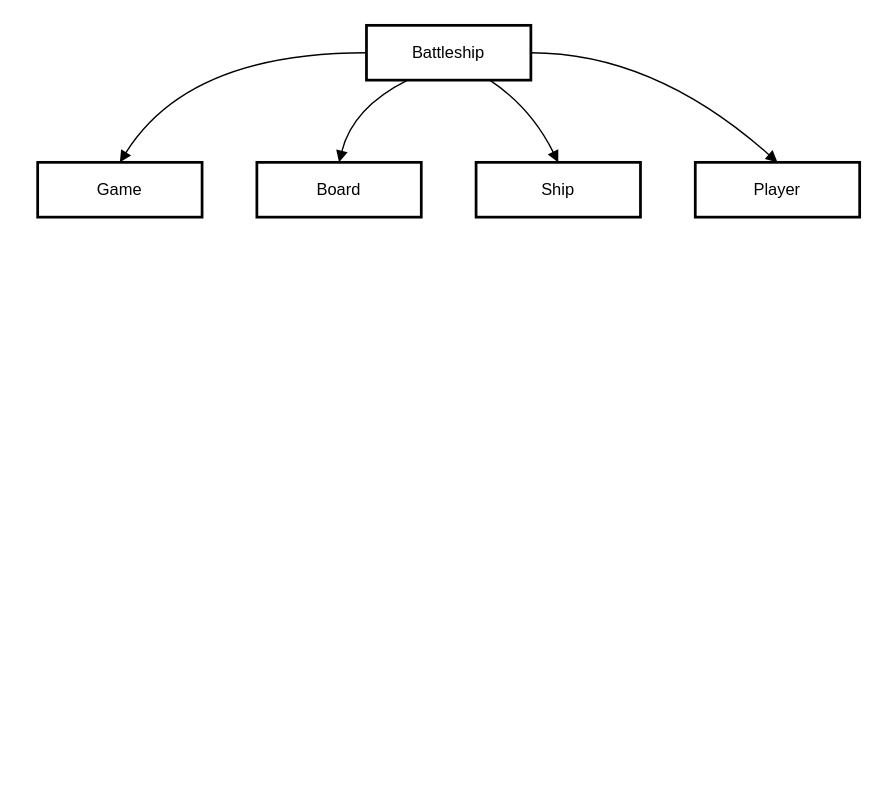
Before: Structure Chart.drawio in JamesA-dev/Battleship-Game, a draw.io diagram. Source tidied: cells renumbered, new cells numbered last; positions are measured from the earlier drawing's top-left corner, leaving out a move shared by most shapes. Both pictures are drawn from the tidied source at 137%, with x=0, y=0 at pixel (37, 25).
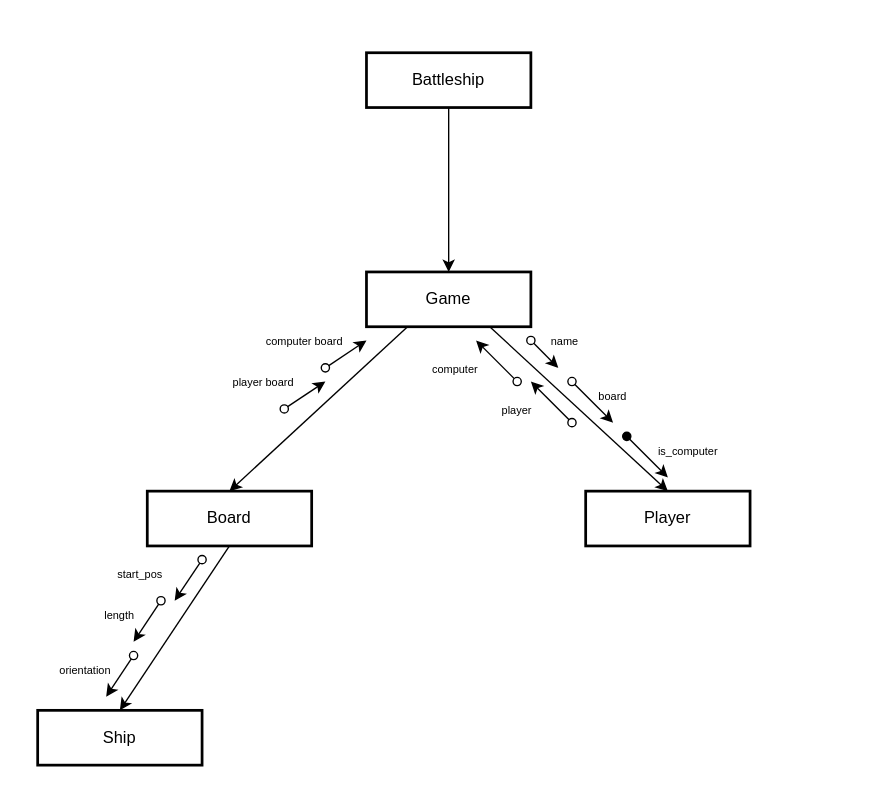
The same page after the edit.

The edit, as a diff of the source:
```diff
@@
     <mxCell id="2" value="Battleship" style="whiteSpace=wrap;strokeWidth=2;" parent="1" vertex="1">
-      <mxGeometry x="240" width="120" height="40" as="geometry" />
+      <mxGeometry x="240" y="20" width="120" height="40" as="geometry" />
     </mxCell>
-    <mxCell id="3" style="curved=1;startArrow=none;endArrow=block;entryX=0.5;entryY=0;exitX=0.75;exitY=1;exitDx=0;exitDy=0;entryDx=0;entryDy=0;" parent="1" edge="1" source="2" target="5">
-      <mxGeometry relative="1" as="geometry">
-        <Array as="points">
-          <mxPoint x="360" y="60" />
-        </Array>
-      </mxGeometry>
-    </mxCell>
     <mxCell id="4" value="Board" style="whiteSpace=wrap;strokeWidth=2;" parent="1" vertex="1">
-      <mxGeometry x="160" y="100" width="120" height="40" as="geometry" />
+      <mxGeometry x="80" y="340" width="120" height="40" as="geometry" />
     </mxCell>
     <mxCell id="5" value="Ship" style="whiteSpace=wrap;strokeWidth=2;" parent="1" vertex="1">
-      <mxGeometry x="320" y="100" width="120" height="40" as="geometry" />
+      <mxGeometry y="500" width="120" height="40" as="geometry" />
     </mxCell>
     <mxCell id="6" value="Player" style="whiteSpace=wrap;strokeWidth=2;" parent="1" vertex="1">
-      <mxGeometry x="480" y="100" width="120" height="40" as="geometry" />
+      <mxGeometry x="400" y="340" width="120" height="40" as="geometry" />
     </mxCell>
     <mxCell id="7" value="Game" style="whiteSpace=wrap;strokeWidth=2;" parent="1" vertex="1">
-      <mxGeometry y="100" width="120" height="40" as="geometry" />
+      <mxGeometry x="240" y="180" width="120" height="40" as="geometry" />
     </mxCell>
-    <mxCell id="8" style="curved=1;startArrow=none;endArrow=block;exitX=1;exitY=0.5;exitDx=0;exitDy=0;entryX=0.5;entryY=0;entryDx=0;entryDy=0;" parent="1" edge="1" source="2" target="6">
-      <mxGeometry relative="1" as="geometry">
-        <Array as="points">
-          <mxPoint x="450" y="20" />
-        </Array>
-      </mxGeometry>
-    </mxCell>
-    <mxCell id="9" style="curved=1;startArrow=none;endArrow=block;exitX=0.25;exitY=1;exitDx=0;exitDy=0;entryX=0.5;entryY=0;entryDx=0;entryDy=0;" parent="1" edge="1" source="2" target="4">
-      <mxGeometry relative="1" as="geometry">
-        <Array as="points">
-          <mxPoint x="230" y="60" />
-        </Array>
-      </mxGeometry>
-    </mxCell>
-    <mxCell id="10" style="curved=1;startArrow=none;endArrow=block;exitX=0;exitY=0.5;exitDx=0;exitDy=0;entryX=0.5;entryY=0;entryDx=0;entryDy=0;" parent="1" edge="1" source="2" target="7">
-      <mxGeometry relative="1" as="geometry">
-        <Array as="points">
-          <mxPoint x="110" y="20" />
-        </Array>
-      </mxGeometry>
+    <mxCell id="10" style="endArrow=classic;html=1;rounded=0;entryX=0.5;entryY=0;entryDx=0;entryDy=0;exitX=0.5;exitY=1;exitDx=0;exitDy=0;" parent="1" edge="1" source="2" target="7">
+      <mxGeometry relative="1" as="geometry" />
     </mxCell>
+    <mxCell id="11" style="endArrow=classic;html=1;rounded=0;entryX=0.5;entryY=0;entryDx=0;entryDy=0;exitX=0.75;exitY=1;exitDx=0;exitDy=0;" parent="1" edge="1" source="7" target="6">
+      <mxGeometry relative="1" as="geometry" />
+    </mxCell>
+    <mxCell id="12" style="endArrow=classic;html=1;rounded=0;entryX=0.5;entryY=0;entryDx=0;entryDy=0;exitX=0.25;exitY=1;exitDx=0;exitDy=0;" parent="1" edge="1" source="7" target="4">
+      <mxGeometry relative="1" as="geometry" />
+    </mxCell>
+    <mxCell id="13" style="endArrow=classic;html=1;rounded=0;entryX=0.5;entryY=0;entryDx=0;entryDy=0;exitX=0.5;exitY=1;exitDx=0;exitDy=0;" parent="1" edge="1" source="4" target="5">
+      <mxGeometry relative="1" as="geometry" />
+    </mxCell>
+    <mxCell id="14" style="endArrow=classic;html=1;rounded=0;endFill=1;startArrow=oval;startFill=0;curved=0;" parent="1" edge="1">
+      <mxGeometry relative="1" as="geometry">
+        <mxPoint x="210" y="250" as="sourcePoint" />
+        <mxPoint x="240" y="230" as="targetPoint" />
+      </mxGeometry>
+    </mxCell>
+    <mxCell id="15" style="endArrow=classic;html=1;rounded=0;endFill=1;startArrow=oval;startFill=0;curved=0;" parent="1" edge="1">
+      <mxGeometry relative="1" as="geometry">
+        <mxPoint x="180" y="280" as="sourcePoint" />
+        <mxPoint x="210" y="260" as="targetPoint" />
+      </mxGeometry>
+    </mxCell>
+    <mxCell id="16" value="&lt;font style=&quot;font-size: 8px;&quot;&gt;computer board&lt;/font&gt;" style="text;html=1;align=center;verticalAlign=middle;whiteSpace=wrap;rounded=0;rotation=0;" parent="1" vertex="1">
+      <mxGeometry x="150" y="220" width="90" height="20" as="geometry" />
+    </mxCell>
+    <mxCell id="17" value="&lt;font style=&quot;font-size: 8px;&quot;&gt;player board&lt;/font&gt;" style="text;html=1;align=center;verticalAlign=middle;whiteSpace=wrap;rounded=0;rotation=0;" parent="1" vertex="1">
+      <mxGeometry x="120" y="250" width="90" height="20" as="geometry" />
+    </mxCell>
+    <mxCell id="18" style="endArrow=classic;html=1;rounded=0;endFill=1;startArrow=oval;startFill=0;curved=0;" parent="1" edge="1">
+      <mxGeometry relative="1" as="geometry">
+        <mxPoint x="350" y="260" as="sourcePoint" />
+        <mxPoint x="320" y="230" as="targetPoint" />
+      </mxGeometry>
+    </mxCell>
+    <mxCell id="19" value="&lt;font style=&quot;font-size: 8px;&quot;&gt;computer&lt;/font&gt;" style="text;html=1;align=center;verticalAlign=middle;whiteSpace=wrap;rounded=0;rotation=0;" parent="1" vertex="1">
+      <mxGeometry x="260" y="240" width="90" height="20" as="geometry" />
+    </mxCell>
+    <mxCell id="20" style="endArrow=classic;html=1;rounded=0;endFill=1;startArrow=oval;startFill=0;curved=0;" parent="1" edge="1">
+      <mxGeometry relative="1" as="geometry">
+        <mxPoint x="390" y="290" as="sourcePoint" />
+        <mxPoint x="360" y="260" as="targetPoint" />
+      </mxGeometry>
+    </mxCell>
+    <mxCell id="21" value="&lt;font style=&quot;font-size: 8px;&quot;&gt;player&lt;/font&gt;" style="text;html=1;align=center;verticalAlign=middle;whiteSpace=wrap;rounded=0;rotation=0;" parent="1" vertex="1">
+      <mxGeometry x="305" y="270" width="90" height="20" as="geometry" />
+    </mxCell>
+    <mxCell id="22" style="endArrow=classic;html=1;rounded=0;endFill=1;startArrow=oval;startFill=0;curved=0;" parent="1" edge="1">
+      <mxGeometry relative="1" as="geometry">
+        <mxPoint x="360" y="230" as="sourcePoint" />
+        <mxPoint x="380" y="250" as="targetPoint" />
+      </mxGeometry>
+    </mxCell>
+    <mxCell id="23" style="endArrow=classic;html=1;rounded=0;endFill=1;startArrow=oval;startFill=0;curved=0;" parent="1" edge="1">
+      <mxGeometry relative="1" as="geometry">
+        <mxPoint x="390" y="260" as="sourcePoint" />
+        <mxPoint x="420" y="290" as="targetPoint" />
+      </mxGeometry>
+    </mxCell>
+    <mxCell id="24" value="&lt;font style=&quot;font-size: 8px;&quot;&gt;name&lt;/font&gt;" style="text;html=1;align=center;verticalAlign=middle;whiteSpace=wrap;rounded=0;rotation=0;" parent="1" vertex="1">
+      <mxGeometry x="340" y="220" width="90" height="20" as="geometry" />
+    </mxCell>
+    <mxCell id="25" value="&lt;font style=&quot;font-size: 8px;&quot;&gt;board&lt;/font&gt;" style="text;html=1;align=center;verticalAlign=middle;whiteSpace=wrap;rounded=0;rotation=0;" parent="1" vertex="1">
+      <mxGeometry x="375" y="260" width="90" height="20" as="geometry" />
+    </mxCell>
+    <mxCell id="26" style="endArrow=classic;html=1;rounded=0;endFill=1;startArrow=oval;startFill=1;curved=0;" parent="1" edge="1">
+      <mxGeometry relative="1" as="geometry">
+        <mxPoint x="430" y="300" as="sourcePoint" />
+        <mxPoint x="460" y="330" as="targetPoint" />
+      </mxGeometry>
+    </mxCell>
+    <mxCell id="27" value="&lt;font style=&quot;font-size: 8px;&quot;&gt;is_computer&lt;/font&gt;" style="text;html=1;align=center;verticalAlign=middle;whiteSpace=wrap;rounded=0;rotation=0;" parent="1" vertex="1">
+      <mxGeometry x="430" y="300" width="90" height="20" as="geometry" />
+    </mxCell>
+    <mxCell id="28" style="endArrow=classic;html=1;rounded=0;endFill=1;startArrow=oval;startFill=0;curved=0;" parent="1" edge="1">
+      <mxGeometry relative="1" as="geometry">
+        <mxPoint x="120" y="390" as="sourcePoint" />
+        <mxPoint x="100" y="420" as="targetPoint" />
+      </mxGeometry>
+    </mxCell>
+    <mxCell id="29" style="endArrow=classic;html=1;rounded=0;endFill=1;startArrow=oval;startFill=0;curved=0;" parent="1" edge="1">
+      <mxGeometry relative="1" as="geometry">
+        <mxPoint x="90" y="420" as="sourcePoint" />
+        <mxPoint x="70" y="450" as="targetPoint" />
+      </mxGeometry>
+    </mxCell>
+    <mxCell id="30" style="endArrow=classic;html=1;rounded=0;endFill=1;startArrow=oval;startFill=0;curved=0;" parent="1" edge="1">
+      <mxGeometry relative="1" as="geometry">
+        <mxPoint x="70" y="460" as="sourcePoint" />
+        <mxPoint x="50" y="490" as="targetPoint" />
+      </mxGeometry>
+    </mxCell>
+    <mxCell id="31" value="&lt;font style=&quot;font-size: 8px;&quot;&gt;start_pos&lt;/font&gt;" style="text;html=1;align=center;verticalAlign=middle;whiteSpace=wrap;rounded=0;rotation=0;" parent="1" vertex="1">
+      <mxGeometry x="30" y="390" width="90" height="20" as="geometry" />
+    </mxCell>
+    <mxCell id="32" value="&lt;font style=&quot;font-size: 8px;&quot;&gt;length&lt;/font&gt;" style="text;html=1;align=center;verticalAlign=middle;whiteSpace=wrap;rounded=0;rotation=0;" parent="1" vertex="1">
+      <mxGeometry x="15" y="420" width="90" height="20" as="geometry" />
+    </mxCell>
+    <mxCell id="33" value="&lt;font style=&quot;font-size: 8px;&quot;&gt;orientation&lt;/font&gt;" style="text;html=1;align=center;verticalAlign=middle;whiteSpace=wrap;rounded=0;rotation=0;" parent="1" vertex="1">
+      <mxGeometry x="-10" y="460" width="90" height="20" as="geometry" />
+    </mxCell>
```
